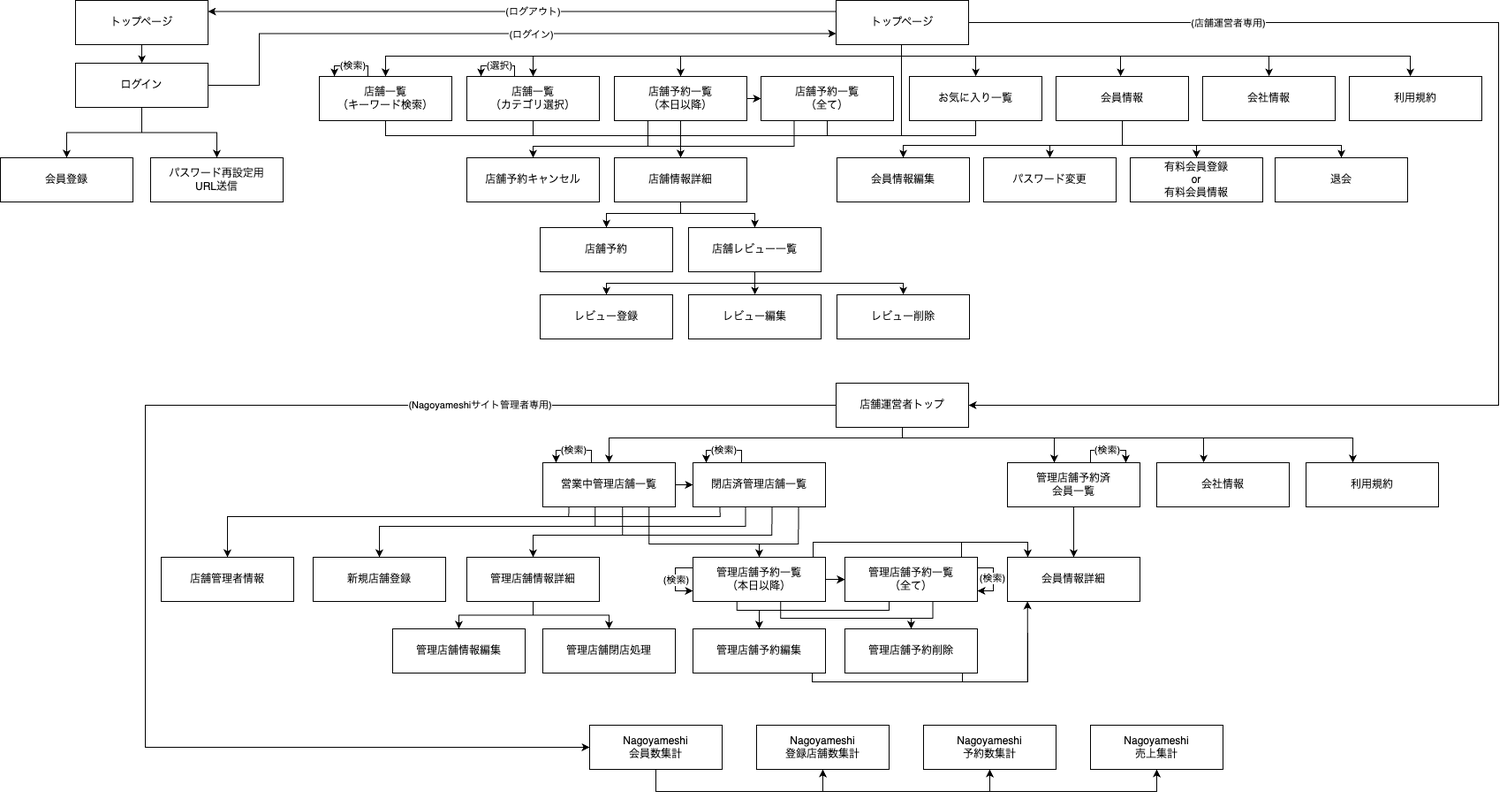
Before: image/nagoyameshi_tree.png, a diagram exported from draw.io (omochitopan/django-tabelog-kadai). Source tidied: cells renumbered, new cells last; positions are measured from the earlier drawing's top-left corner, leaving out a move shared by most shapes.
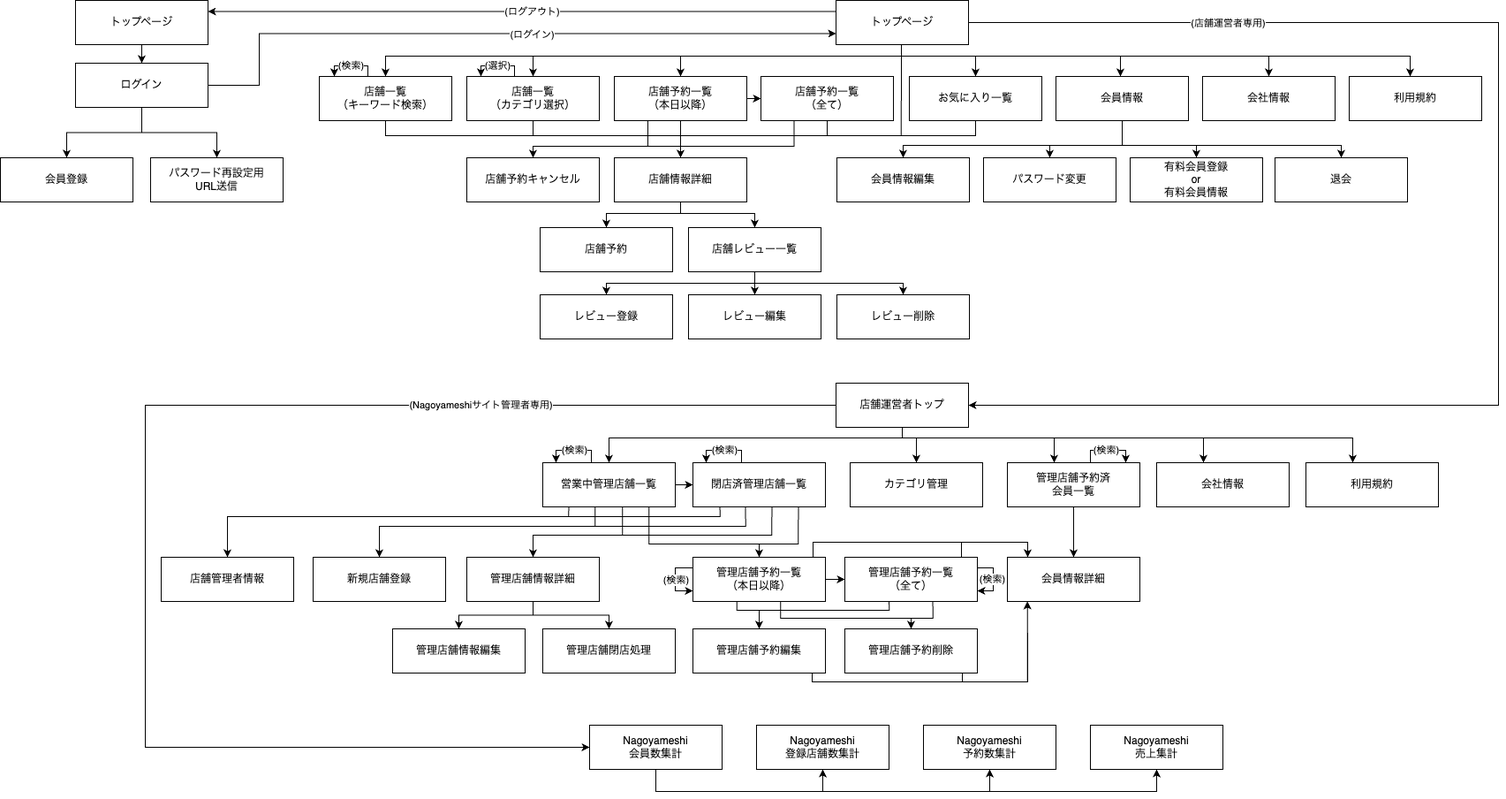
Above is the later version.

Diff of the diagram source:
```diff
@@ -672,5 +672,13 @@
         <mxPoint x="1354" y="178" as="targetPoint" />
       </mxGeometry>
     </mxCell>
+    <mxCell id="124" value="カテゴリ管理" style="rounded=0;whiteSpace=wrap;html=1;strokeColor=default;align=center;verticalAlign=middle;fontFamily=Helvetica;fontSize=12;fontColor=default;fillColor=default;" parent="1" vertex="1">
+      <mxGeometry x="962" y="523" width="150" height="50" as="geometry" />
+    </mxCell>
+    <mxCell id="125" style="endArrow=classic;html=1;rounded=0;entryX=0.5;entryY=0;entryDx=0;entryDy=0;" parent="1" edge="1" target="124">
+      <mxGeometry relative="1" as="geometry">
+        <mxPoint x="1037" y="495" as="sourcePoint" />
+      </mxGeometry>
+    </mxCell>
   </root>
 </mxGraphModel>
```
